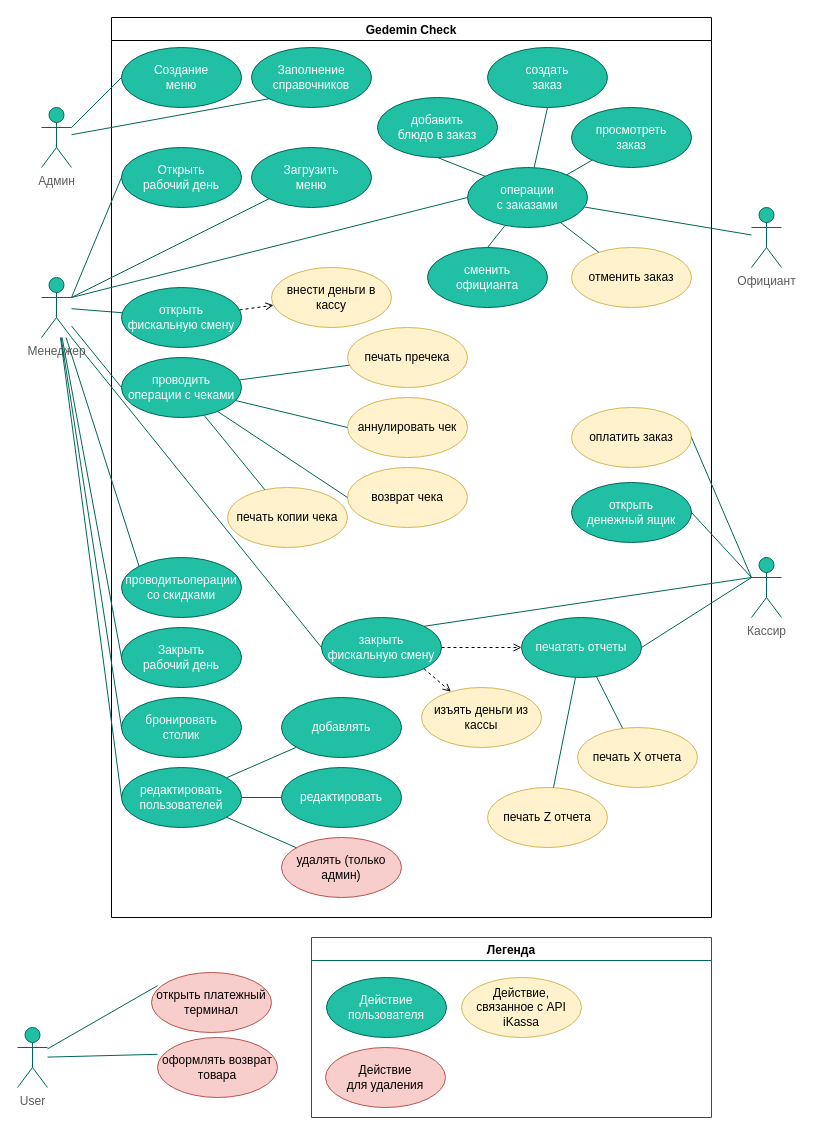
This is GedeminCheck/Description/Gedemin Check Ресторан -  Use Case.drawio from gsbelarus/check-and-cash, a draw.io file, before an edit. Source tidied: cells renumbered, new cells numbered last; positions are measured from the earlier drawing's top-left corner, leaving out a move shared by most shapes. Both pictures are drawn from the tidied source at 100%, with x=0, y=0 at pixel (17, 17).
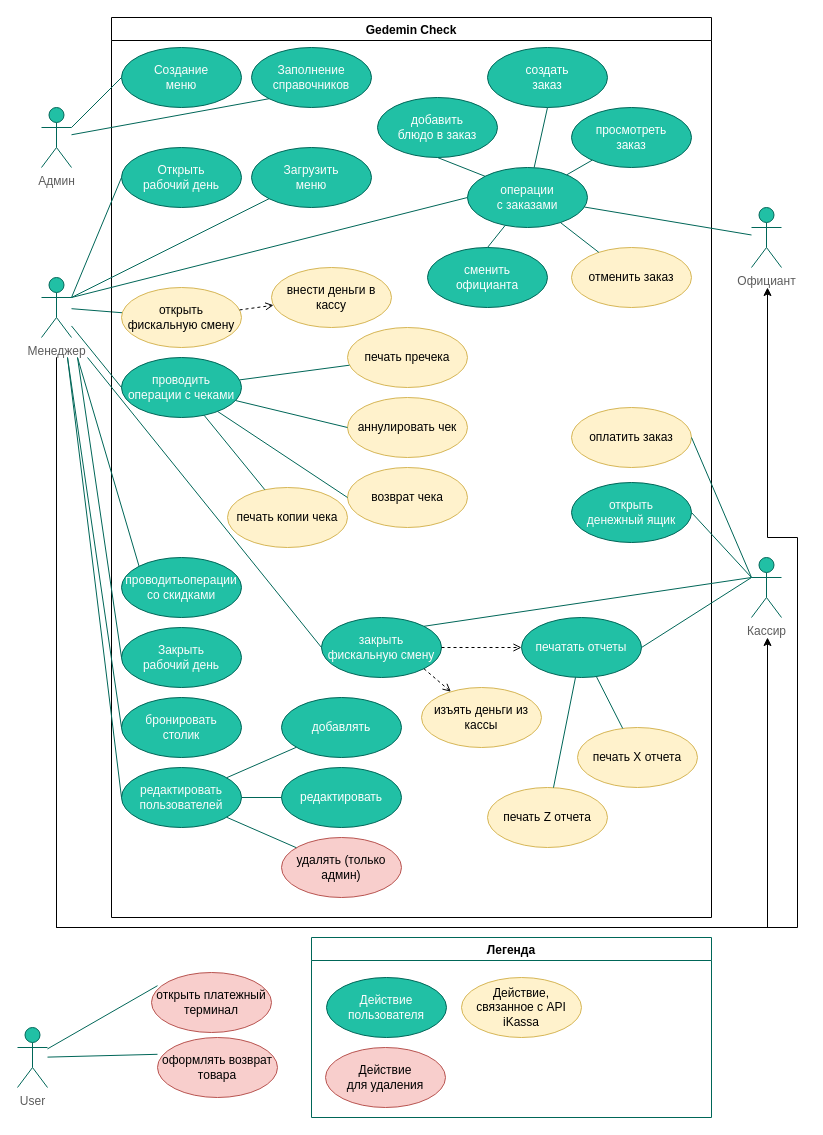
The same diagram, later.

The change refers to these unchanged cells:
```xml
<mxCell id="4" value="Gedemin Check" style="swimlane;fillColor=none;strokeColor=#000000;" parent="1" vertex="1">
  <mxGeometry x="94" width="600" height="900" as="geometry" />
</mxCell>
<mxCell id="5" value="закрыть&lt;br&gt;фискальную смену" style="ellipse;whiteSpace=wrap;html=1;fillColor=#21C0A5;strokeColor=#006658;fontColor=#FCFCFC;" parent="4" vertex="1">
  <mxGeometry x="210" y="600" width="120" height="60" as="geometry" />
</mxCell>
<mxCell id="23" value="редактировать пользователей" style="ellipse;whiteSpace=wrap;html=1;fillColor=#21C0A5;strokeColor=#006658;fontColor=#FCFCFC;" parent="4" vertex="1">
  <mxGeometry x="10" y="750" width="120" height="60" as="geometry" />
</mxCell>
<mxCell id="24" value="бронировать&lt;br&gt;столик" style="ellipse;whiteSpace=wrap;html=1;fillColor=#21C0A5;strokeColor=#006658;fontColor=#FCFCFC;" parent="4" vertex="1">
  <mxGeometry x="10" y="680" width="120" height="60" as="geometry" />
</mxCell>
<mxCell id="42" value="проводитьоперации со скидками" style="ellipse;whiteSpace=wrap;html=1;fillColor=#21C0A5;strokeColor=#006658;fontColor=#FCFCFC;" parent="4" vertex="1">
  <mxGeometry x="10" y="540" width="120" height="60" as="geometry" />
</mxCell>
<mxCell id="52" value="Закрыть&lt;br&gt;рабочий день" style="ellipse;whiteSpace=wrap;html=1;fillColor=#21C0A5;strokeColor=#006658;fontColor=#FCFCFC;" parent="4" vertex="1">
  <mxGeometry x="10" y="610" width="120" height="60" as="geometry" />
</mxCell>
<mxCell id="59" value="Менеджер" style="shape=umlActor;verticalLabelPosition=bottom;verticalAlign=top;html=1;outlineConnect=0;fillColor=#21C0A5;strokeColor=#006658;fontColor=#5C5C5C;align=center;" parent="1" vertex="1">
  <mxGeometry x="24" y="260" width="30" height="60" as="geometry" />
</mxCell>
```

What changed in the source:
```diff
@@
-    <mxCell id="7" value="открыть&lt;br&gt;фискальную смену" style="ellipse;whiteSpace=wrap;html=1;fillColor=#21C0A5;strokeColor=#006658;fontColor=#FCFCFC;" parent="4" vertex="1">
+    <mxCell id="7" value="открыть&lt;br&gt;фискальную смену" style="ellipse;whiteSpace=wrap;html=1;fillColor=#fff2cc;strokeColor=#d6b656;" parent="4" vertex="1">
       <mxGeometry x="10" y="270" width="120" height="60" as="geometry" />
     </mxCell>
@@
+    <mxCell id="82" style="edgeStyle=orthogonalEdgeStyle;rounded=0;orthogonalLoop=1;jettySize=auto;html=1;" parent="1" edge="1">
+      <mxGeometry relative="1" as="geometry">
+        <mxPoint x="39" y="340" as="sourcePoint" />
+        <mxPoint x="750" y="620" as="targetPoint" />
+        <Array as="points">
+          <mxPoint x="39" y="910" />
+          <mxPoint x="750" y="910" />
+        </Array>
+      </mxGeometry>
+    </mxCell>
+    <mxCell id="83" style="edgeStyle=orthogonalEdgeStyle;rounded=0;orthogonalLoop=1;jettySize=auto;html=1;" parent="1" edge="1">
+      <mxGeometry relative="1" as="geometry">
+        <mxPoint x="39" y="340" as="sourcePoint" />
+        <mxPoint x="750" y="270" as="targetPoint" />
+        <Array as="points">
+          <mxPoint x="39" y="910" />
+          <mxPoint x="780" y="910" />
+          <mxPoint x="780" y="520" />
+          <mxPoint x="750" y="520" />
+        </Array>
+      </mxGeometry>
+    </mxCell>
@@
-    <mxCell id="65" style="endArrow=none;html=1;rounded=0;strokeColor=#006658;fontColor=#5C5C5C;entryX=0;entryY=0.5;entryDx=0;entryDy=0;" parent="1" edge="1" source="59" target="52">
-      <mxGeometry relative="1" as="geometry" />
+    <mxCell id="65" style="endArrow=none;html=1;rounded=0;strokeColor=#006658;fontColor=#5C5C5C;entryX=0;entryY=0.5;entryDx=0;entryDy=0;" parent="1" edge="1" target="52">
+      <mxGeometry relative="1" as="geometry">
+        <mxPoint x="60" y="340" as="sourcePoint" />
+      </mxGeometry>
     </mxCell>
@@
-    <mxCell id="68" style="endArrow=none;html=1;rounded=0;strokeColor=#006658;fontColor=#5C5C5C;entryX=0;entryY=0.5;entryDx=0;entryDy=0;exitX=1;exitY=1;exitDx=0;exitDy=0;exitPerimeter=0;" parent="1" edge="1" source="59" target="5">
-      <mxGeometry relative="1" as="geometry" />
+    <mxCell id="68" style="endArrow=none;html=1;rounded=0;strokeColor=#006658;fontColor=#5C5C5C;entryX=0;entryY=0.5;entryDx=0;entryDy=0;" parent="1" edge="1" target="5">
+      <mxGeometry relative="1" as="geometry">
+        <mxPoint x="70" y="340" as="sourcePoint" />
+      </mxGeometry>
     </mxCell>
@@
-    <mxCell id="77" style="endArrow=none;html=1;rounded=0;strokeColor=#006658;fontColor=#5C5C5C;entryX=0;entryY=0.5;entryDx=0;entryDy=0;" parent="1" edge="1" source="59" target="24">
-      <mxGeometry relative="1" as="geometry" />
+    <mxCell id="77" style="endArrow=none;html=1;rounded=0;strokeColor=#006658;fontColor=#5C5C5C;entryX=0;entryY=0.5;entryDx=0;entryDy=0;" parent="1" edge="1" target="24">
+      <mxGeometry relative="1" as="geometry">
+        <mxPoint x="50" y="340" as="sourcePoint" />
+      </mxGeometry>
     </mxCell>
-    <mxCell id="78" style="endArrow=none;html=1;rounded=0;strokeColor=#006658;fontColor=#5C5C5C;entryX=0;entryY=0.5;entryDx=0;entryDy=0;" parent="1" edge="1" source="59" target="23">
-      <mxGeometry relative="1" as="geometry" />
+    <mxCell id="78" style="endArrow=none;html=1;rounded=0;strokeColor=#006658;fontColor=#5C5C5C;entryX=0;entryY=0.5;entryDx=0;entryDy=0;" parent="1" edge="1" target="23">
+      <mxGeometry relative="1" as="geometry">
+        <mxPoint x="50" y="340" as="sourcePoint" />
+      </mxGeometry>
     </mxCell>
-    <mxCell id="79" style="endArrow=none;html=1;rounded=0;strokeColor=#006658;fontColor=#5C5C5C;entryX=0;entryY=0;entryDx=0;entryDy=0;" parent="1" edge="1" source="59" target="42">
-      <mxGeometry relative="1" as="geometry" />
+    <mxCell id="79" style="endArrow=none;html=1;rounded=0;strokeColor=#006658;fontColor=#5C5C5C;entryX=0;entryY=0;entryDx=0;entryDy=0;" parent="1" edge="1" target="42">
+      <mxGeometry relative="1" as="geometry">
+        <mxPoint x="60" y="340" as="sourcePoint" />
+      </mxGeometry>
     </mxCell>
```
